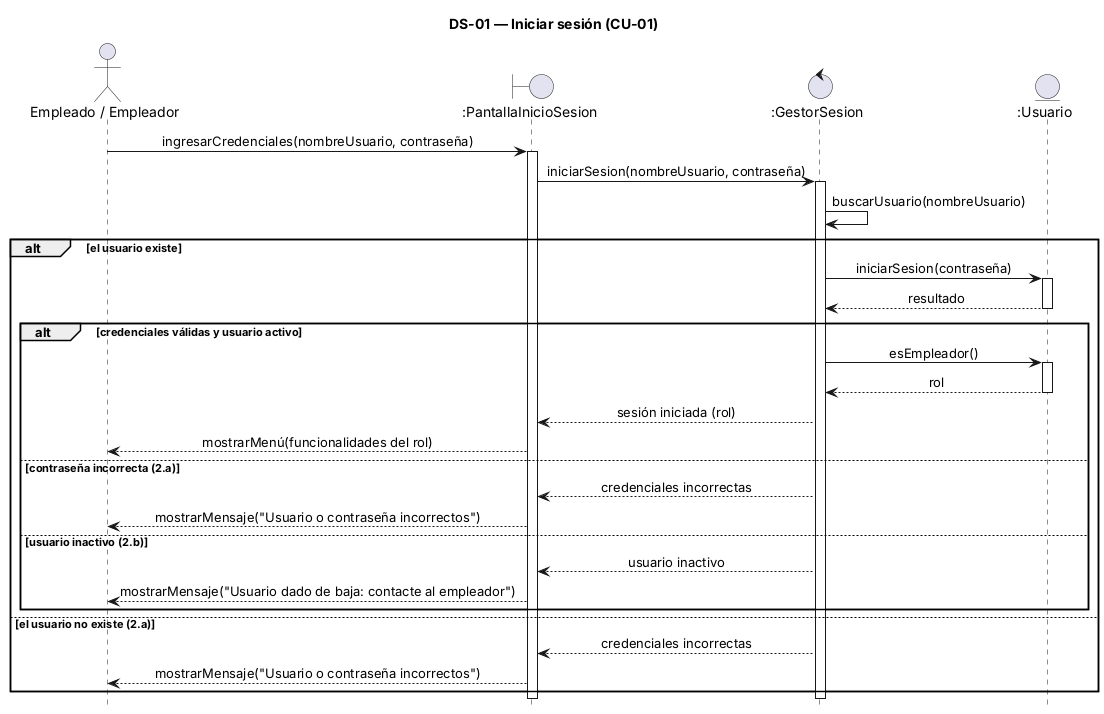
Above: 08-Diagrama De Secuencia/DS-01 Iniciar sesion.png in alanbalzaretti123/control-de-stock1 (PlantUML), before the change.
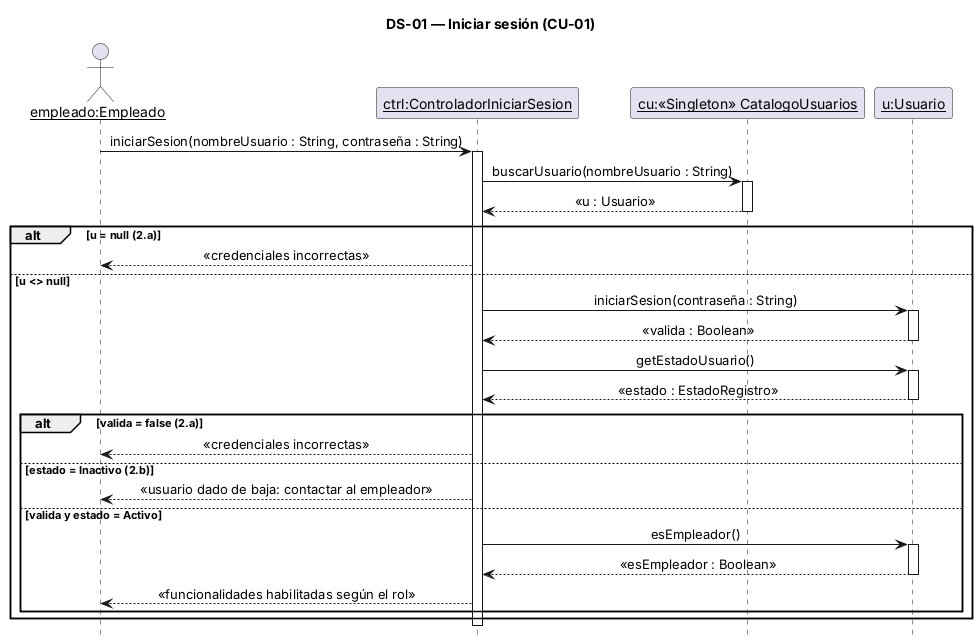
After the commit.

What changed in the source:
```diff
@@ -3,44 +3,41 @@
 hide footbox
 skinparam sequenceMessageAlign center
 skinparam responseMessageBelowArrow true
+skinparam sequenceParticipant underline
 
-actor "Empleado / Empleador" as U
-boundary ":PantallaInicioSesion" as P
-control ":GestorSesion" as G
-entity ":Usuario" as E
+actor "empleado:Empleado" as U
+participant "ctrl:ControladorIniciarSesion" as C
+participant "cu:«Singleton» CatalogoUsuarios" as CU
+participant "u:Usuario" as US
 
-U -> P : ingresarCredenciales(nombreUsuario, contraseña)
-activate P
-P -> G : iniciarSesion(nombreUsuario, contraseña)
-activate G
-G -> G : buscarUsuario(nombreUsuario)
-
-alt el usuario existe
-  G -> E : iniciarSesion(contraseña)
-  activate E
-  E --> G : resultado
-  deactivate E
-
-  alt credenciales válidas y usuario activo
-    G -> E : esEmpleador()
-    activate E
-    E --> G : rol
-    deactivate E
-    G --> P : sesión iniciada (rol)
-    P --> U : mostrarMenú(funcionalidades del rol)
-  else contraseña incorrecta (2.a)
-    G --> P : credenciales incorrectas
-    P --> U : mostrarMensaje("Usuario o contraseña incorrectos")
-  else usuario inactivo (2.b)
-    G --> P : usuario inactivo
-    P --> U : mostrarMensaje("Usuario dado de baja: contacte al empleador")
+U -> C : iniciarSesion(nombreUsuario : String, contraseña : String)
+activate C
+C -> CU : buscarUsuario(nombreUsuario : String)
+activate CU
+CU --> C : «u : Usuario»
+deactivate CU
+alt u = null (2.a)
+  C --> U : «credenciales incorrectas»
+else u <> null
+  C -> US : iniciarSesion(contraseña : String)
+  activate US
+  US --> C : «valida : Boolean»
+  deactivate US
+  C -> US : getEstadoUsuario()
+  activate US
+  US --> C : «estado : EstadoRegistro»
+  deactivate US
+  alt valida = false (2.a)
+    C --> U : «credenciales incorrectas»
+  else estado = Inactivo (2.b)
+    C --> U : «usuario dado de baja: contactar al empleador»
+  else valida y estado = Activo
+    C -> US : esEmpleador()
+    activate US
+    US --> C : «esEmpleador : Boolean»
+    deactivate US
+    C --> U : «funcionalidades habilitadas según el rol»
   end
-
-else el usuario no existe (2.a)
-  G --> P : credenciales incorrectas
-  P --> U : mostrarMensaje("Usuario o contraseña incorrectos")
 end
-
-deactivate G
-deactivate P
+deactivate C
 @enduml
```
